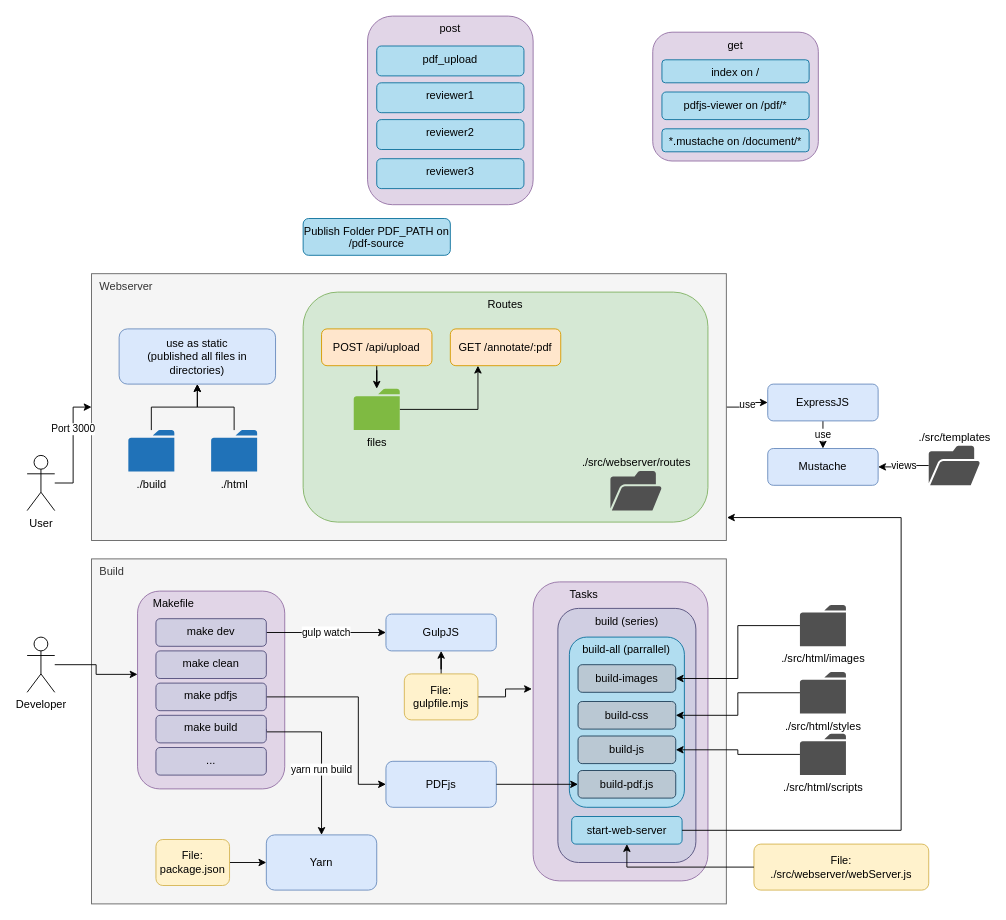
Above: page "Content Server" (1 of 3) of content-server/docs/architecture.drawio in UKPLab/CARE (draw.io), before the change. Source tidied: cells renumbered, new cells numbered last; positions are measured from the earlier drawing's top-left corner, leaving out a move shared by most shapes. Both pictures are drawn from the tidied source at 92%, with x=0, y=0 at pixel (27, 16).
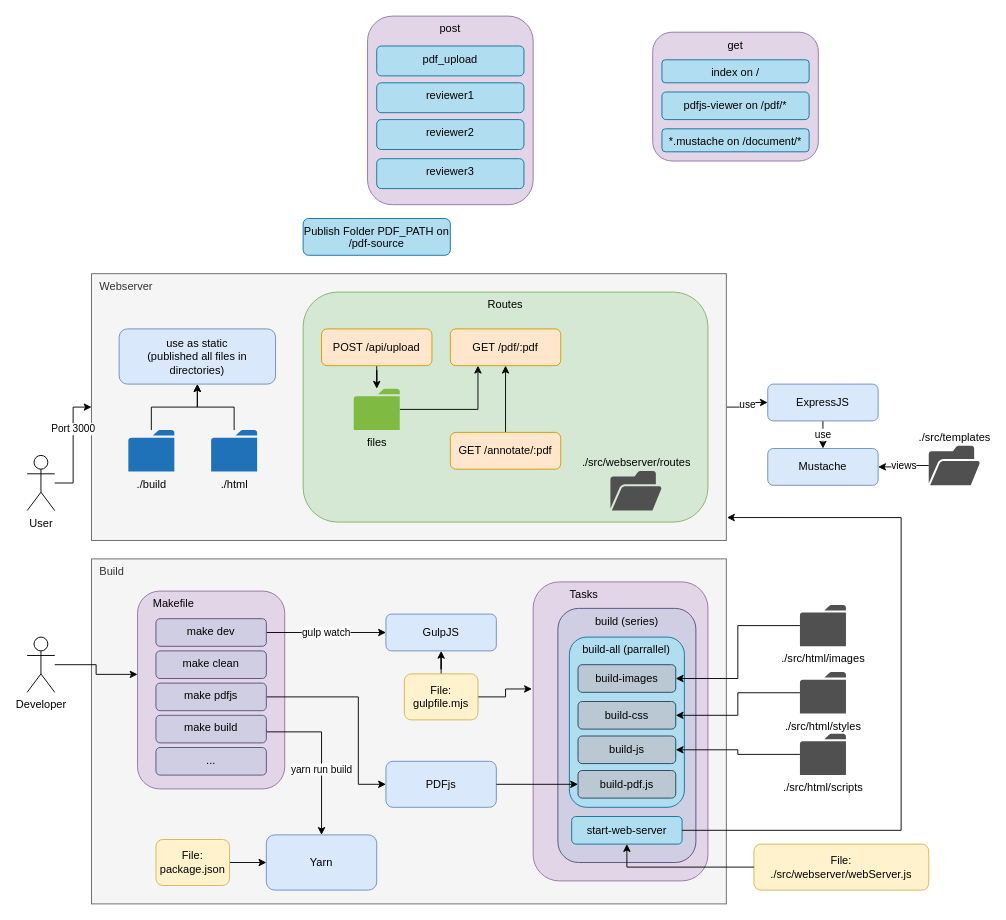
Above is the later version.

The edit, as a diff of the source:
```diff
@@
-    <mxCell id="56" value="GET /annotate/:pdf" style="rounded=1;whiteSpace=wrap;html=1;fillColor=#ffe6cc;strokeColor=#d79b00;" parent="1" vertex="1">
+    <mxCell id="56" value="GET /pdf/:pdf" style="rounded=1;whiteSpace=wrap;html=1;fillColor=#ffe6cc;strokeColor=#d79b00;" parent="1" vertex="1">
       <mxGeometry x="460" y="340" width="120" height="40" as="geometry" />
     </mxCell>
@@
+    <mxCell id="75" style="edgeStyle=orthogonalEdgeStyle;rounded=0;jettySize=auto;html=1;" parent="1" edge="1" source="76" target="56">
+      <mxGeometry relative="1" as="geometry" />
+    </mxCell>
+    <mxCell id="76" value="GET /annotate/:pdf" style="rounded=1;whiteSpace=wrap;html=1;fillColor=#ffe6cc;strokeColor=#d79b00;" parent="1" vertex="1">
+      <mxGeometry x="460" y="452.5" width="120" height="40" as="geometry" />
+    </mxCell>
```
